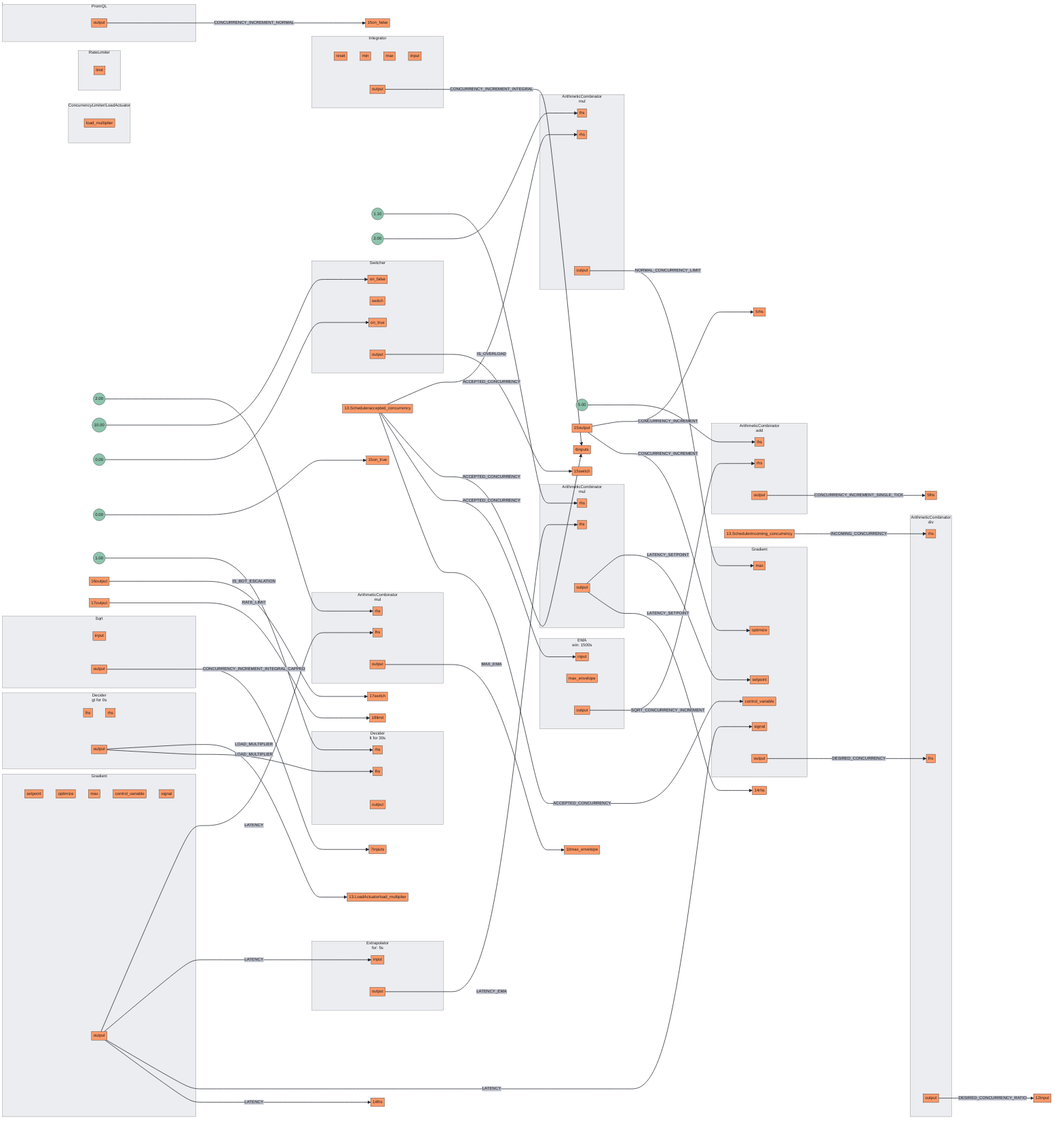
Before: docs/content/tutorials/flow-control/rate-limiting/assets/dynamic-rate-limiting/dynamic-rate-limiting.mmd.png, a diagram exported from Mermaid (fluxninja/aperture). Its source is kept beside it as docs/content/tutorials/flow-control/rate-limiting/assets/dynamic-rate-limiting/dynamic-rate-limiting.mmd.
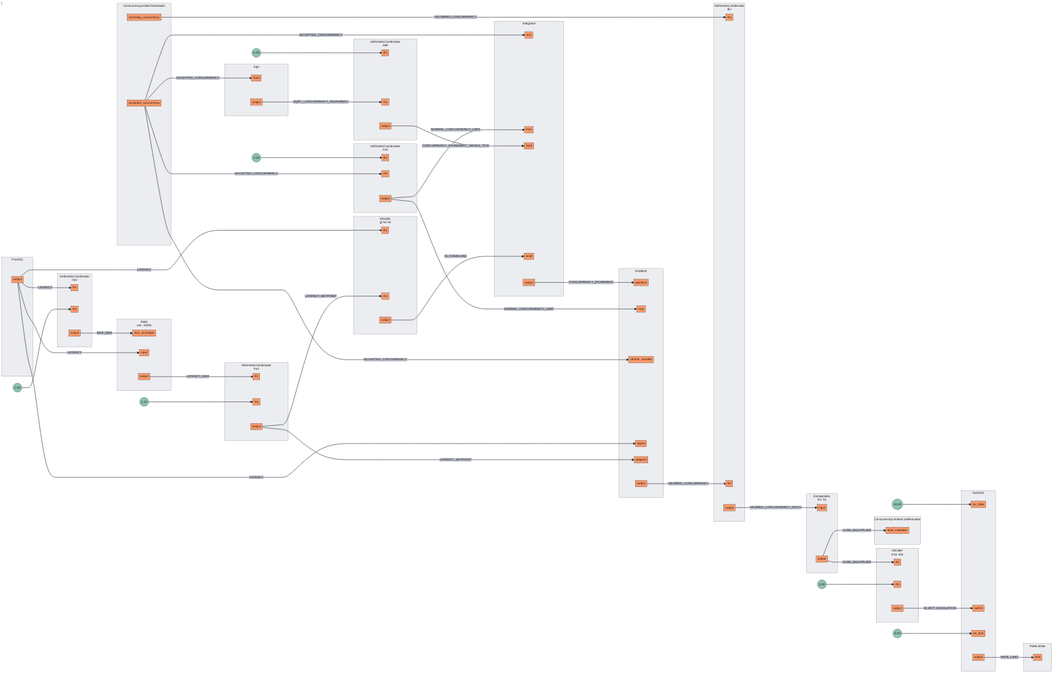
Later version of the same file.

What changed in the source:
```diff
@@ -65,10 +65,10 @@
 subgraph 5[Integrator]
 subgraph 5_inports[ ]
 style 5_inports fill:none,stroke:none
-5reset[reset]
 5min[min]
 5max[max]
 5input[input]
+5reset[reset]
 end
 subgraph 5_outports[ ]
 style 5_outports fill:none,stroke:none
@@ -94,8 +94,8 @@
 subgraph 8[<center>EMA<br/>win: 1500s</center>]
 subgraph 8_inports[ ]
 style 8_inports fill:none,stroke:none
+8max_envelope[max_envelope]
 8input[input]
-8max_envelope[max_envelope]
 end
 subgraph 8_outports[ ]
 style 8_outports fill:none,stroke:none
@@ -105,11 +105,11 @@
 subgraph 9[Gradient]
 subgraph 9_inports[ ]
 style 9_inports fill:none,stroke:none
-9setpoint[setpoint]
 9optimize[optimize]
 9max[max]
 9control_variable[control_variable]
 9signal[signal]
+9setpoint[setpoint]
 end
 subgraph 9_outports[ ]
 style 9_outports fill:none,stroke:none
@@ -126,18 +126,11 @@
 10output[output]
 end
 end
-subgraph 11[Gradient]
-subgraph 11_inports[ ]
-style 11_inports fill:none,stroke:none
-11setpoint[setpoint]
-11optimize[optimize]
-11max[max]
-11control_variable[control_variable]
-11signal[signal]
-end
-subgraph 11_outports[ ]
-style 11_outports fill:none,stroke:none
-11output[output]
+subgraph 11.Scheduler[ConcurrencyLimiter/Scheduler]
+subgraph 11.Scheduler_outports[ ]
+style 11.Scheduler_outports fill:none,stroke:none
+11.Scheduleraccepted_concurrency[accepted_concurrency]
+11.Schedulerincoming_concurrency[incoming_concurrency]
 end
 end
 subgraph 11.LoadActuator[ConcurrencyLimiter/LoadActuator]
@@ -179,46 +172,41 @@
 12output[output]
 end
 end
-FakeConstant7((0.00))
-FakeConstant7 --> 15on_true
-subgraph 16[<center>Decider<br/>lt for 30s</center>]
-subgraph 16_inports[ ]
-style 16_inports fill:none,stroke:none
-16rhs[rhs]
-16lhs[lhs]
+subgraph 13[<center>Decider<br/>lt for 30s</center>]
+subgraph 13_inports[ ]
+style 13_inports fill:none,stroke:none
+13lhs[lhs]
+13rhs[rhs]
 end
 subgraph 13_outports[ ]
 style 13_outports fill:none,stroke:none
 13output[output]
 end
 end
-FakeConstant8((1.00))
-FakeConstant8 --> 16rhs
-7output --> |CONCURRENCY_INCREMENT_NORMAL| 15on_false
-9output --> |LATENCY| 0lhs
-9output --> |LATENCY| 10input
-9output --> |LATENCY| 11signal
-9output --> |LATENCY| 14lhs
-11output --> |DESIRED_CONCURRENCY| 2lhs
-13.Scheduleraccepted_concurrency --> |ACCEPTED_CONCURRENCY| 3rhs
-13.Scheduleraccepted_concurrency --> |ACCEPTED_CONCURRENCY| 6inputs
-13.Scheduleraccepted_concurrency --> |ACCEPTED_CONCURRENCY| 8input
-13.Scheduleraccepted_concurrency --> |ACCEPTED_CONCURRENCY| 11control_variable
-13.Schedulerincoming_concurrency --> |INCOMING_CONCURRENCY| 2rhs
-2output --> |DESIRED_CONCURRENCY_RATIO| 12input
-3output --> |NORMAL_CONCURRENCY_LIMIT| 11max
-0output --> |MAX_EMA| 10max_envelope
-1output --> |LATENCY_SETPOINT| 11setpoint
-1output --> |LATENCY_SETPOINT| 14rhs
-6output --> |CONCURRENCY_INCREMENT_INTEGRAL_CAPPED| 7inputs
-10output --> |LATENCY_EMA| 1lhs
-16output --> |IS_BOT_ESCALATION| 17switch
-17output --> |RATE_LIMIT| 18limit
-4output --> |CONCURRENCY_INCREMENT_SINGLE_TICK| 5lhs
-5output --> |CONCURRENCY_INCREMENT_INTEGRAL| 6inputs
-8output --> |SQRT_CONCURRENCY_INCREMENT| 4rhs
-12output --> |LOAD_MULTIPLIER| 13.LoadActuatorload_multiplier
-12output --> |LOAD_MULTIPLIER| 16lhs
-14output --> |IS_OVERLOAD| 15switch
-15output --> |CONCURRENCY_INCREMENT| 5rhs
-15output --> |CONCURRENCY_INCREMENT| 11optimize
+FakeConstant6((1.00))
+FakeConstant6 --> 13rhs
+7output --> |LATENCY| 0lhs
+7output --> |LATENCY| 8input
+7output --> |LATENCY| 9signal
+7output --> |LATENCY| 12lhs
+9output --> |DESIRED_CONCURRENCY| 2lhs
+11.Scheduleraccepted_concurrency --> |ACCEPTED_CONCURRENCY| 3rhs
+11.Scheduleraccepted_concurrency --> |ACCEPTED_CONCURRENCY| 5min
+11.Scheduleraccepted_concurrency --> |ACCEPTED_CONCURRENCY| 6input
+11.Scheduleraccepted_concurrency --> |ACCEPTED_CONCURRENCY| 9control_variable
+11.Schedulerincoming_concurrency --> |INCOMING_CONCURRENCY| 2rhs
+2output --> |DESIRED_CONCURRENCY_RATIO| 10input
+4output --> |CONCURRENCY_INCREMENT_SINGLE_TICK| 5input
+14output --> |RATE_LIMIT| 15limit
+1output --> |LATENCY_SETPOINT| 9setpoint
+1output --> |LATENCY_SETPOINT| 12rhs
+6output --> |SQRT_CONCURRENCY_INCREMENT| 4rhs
+5output --> |CONCURRENCY_INCREMENT| 9optimize
+8output --> |LATENCY_EMA| 1lhs
+12output --> |IS_OVERLOAD| 5reset
+13output --> |IS_BOT_ESCALATION| 14switch
+0output --> |MAX_EMA| 8max_envelope
+3output --> |NORMAL_CONCURRENCY_LIMIT| 5max
+3output --> |NORMAL_CONCURRENCY_LIMIT| 9max
+10output --> |LOAD_MULTIPLIER| 11.LoadActuatorload_multiplier
+10output --> |LOAD_MULTIPLIER| 13lhs
```
